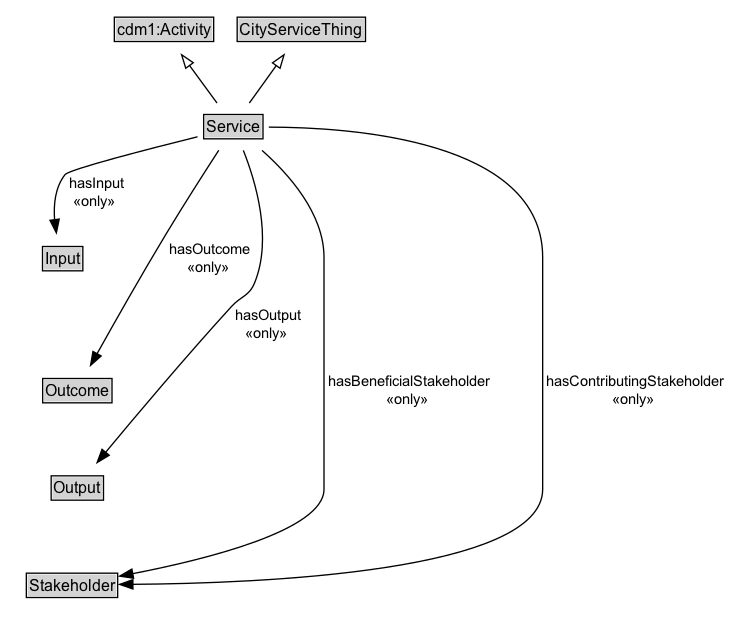
ISO-TC204/ontology-cdm-p2-v1 keeps this Graphviz diagram as docs/diagrams/Service.dot.png. Above is the earlier version. Its source is kept beside it as docs/diagrams/Service.dot.
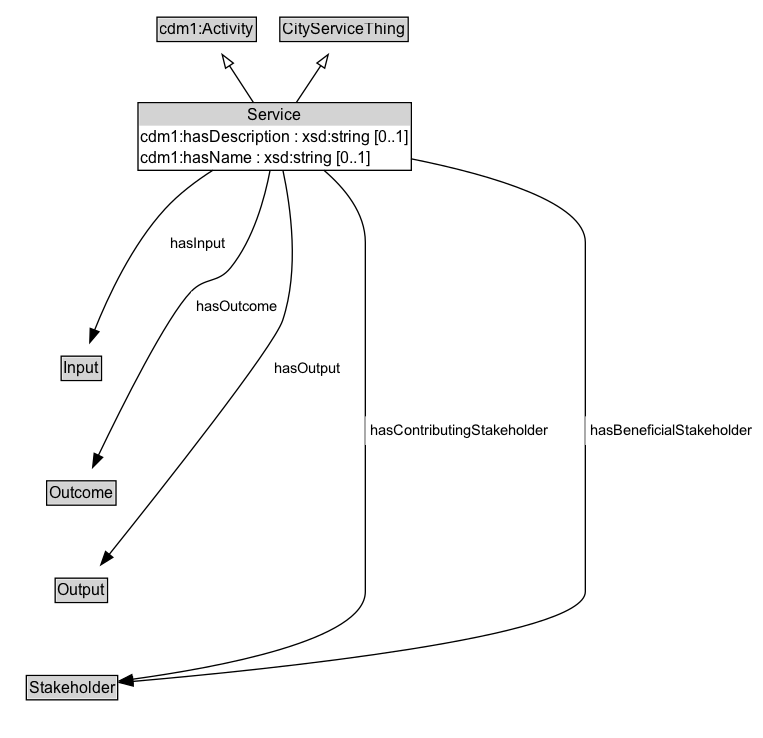
After the change.

The edit, as a diff of the source:
```diff
@@ -3,34 +3,36 @@
 	node [fontname=Arial fontsize=12 margin=0 shape=none]
 	edge [fontname=Arial fontsize=11]
 	{
+		rank=source
+		cdm1_Activity [label=<<TABLE BORDER="1" CELLBORDER="0" CELLSPACING="0" CELLPADDING="1"><TR><TD BGCOLOR="lightgray" ALIGN="CENTER">cdm1:Activity</TD></TR></TABLE>> URL="https://w3id.org/citydata/part1/v1/Activity" margin=0]
+		CityServiceThing [label=<<TABLE BORDER="1" CELLBORDER="0" CELLSPACING="0" CELLPADDING="1"><TR><TD BGCOLOR="lightgray" ALIGN="CENTER">CityServiceThing</TD></TR></TABLE>> URL="../CityServiceThing" margin=0]
+	}
+	Service [label=<<TABLE BORDER="1" CELLBORDER="0" CELLSPACING="0" CELLPADDING="1"><TR><TD BGCOLOR="lightgray" ALIGN="CENTER">Service</TD></TR><TR><TD ALIGN="LEFT">cdm1:hasDescription : xsd:string [0..1]</TD></TR><TR><TD ALIGN="LEFT">cdm1:hasName : xsd:string [0..1]</TD></TR></TABLE>> URL="../Service" margin=0]
+	{
 		rank=max
-		Service [label=<<TABLE BORDER="1" CELLBORDER="0" CELLSPACING="0" CELLPADDING="1"><TR><TD BGCOLOR="lightgray" ALIGN="CENTER" PORT="e">Service</TD></TR></TABLE>> URL="../Service.md" margin=0]
 	}
 	subgraph cluster_associated {
 		label="" style=invis
 		Invis [label=<<TABLE BORDER="0" CELLBORDER="0" CELLSPACING="0" CELLPADDING="1"><TR><TD></TD></TR></TABLE>> margin=0 style=invis]
-		Input [label=<<TABLE BORDER="1" CELLBORDER="0" CELLSPACING="0" CELLPADDING="1"><TR><TD BGCOLOR="lightgray" ALIGN="CENTER">Input</TD></TR></TABLE>> URL="../Input.md" margin=0]
-		Outcome [label=<<TABLE BORDER="1" CELLBORDER="0" CELLSPACING="0" CELLPADDING="1"><TR><TD BGCOLOR="lightgray" ALIGN="CENTER">Outcome</TD></TR></TABLE>> URL="../Outcome.md" margin=0]
-		Output [label=<<TABLE BORDER="1" CELLBORDER="0" CELLSPACING="0" CELLPADDING="1"><TR><TD BGCOLOR="lightgray" ALIGN="CENTER">Output</TD></TR></TABLE>> URL="../Output.md" margin=0]
-		Stakeholder [label=<<TABLE BORDER="1" CELLBORDER="0" CELLSPACING="0" CELLPADDING="1"><TR><TD BGCOLOR="lightgray" ALIGN="CENTER">Stakeholder</TD></TR></TABLE>> URL="../Stakeholder.md" margin=0]
+		Input [label=<<TABLE BORDER="1" CELLBORDER="0" CELLSPACING="0" CELLPADDING="1"><TR><TD BGCOLOR="lightgray" ALIGN="CENTER">Input</TD></TR></TABLE>> URL="../Input" margin=0]
+		Outcome [label=<<TABLE BORDER="1" CELLBORDER="0" CELLSPACING="0" CELLPADDING="1"><TR><TD BGCOLOR="lightgray" ALIGN="CENTER">Outcome</TD></TR></TABLE>> URL="../Outcome" margin=0]
+		Output [label=<<TABLE BORDER="1" CELLBORDER="0" CELLSPACING="0" CELLPADDING="1"><TR><TD BGCOLOR="lightgray" ALIGN="CENTER">Output</TD></TR></TABLE>> URL="../Output" margin=0]
+		Stakeholder [label=<<TABLE BORDER="1" CELLBORDER="0" CELLSPACING="0" CELLPADDING="1"><TR><TD BGCOLOR="lightgray" ALIGN="CENTER">Stakeholder</TD></TR></TABLE>> URL="../Stakeholder" margin=0]
 	}
-	cdm1_Activity [label=<<TABLE BORDER="1" CELLBORDER="0" CELLSPACING="0" CELLPADDING="1"><TR><TD BGCOLOR="lightgray" ALIGN="CENTER">cdm1:Activity</TD></TR></TABLE>> margin=0]
 	Service -> cdm1_Activity [arrowhead=onormal style=solid]
-	CityServiceThing [label=<<TABLE BORDER="1" CELLBORDER="0" CELLSPACING="0" CELLPADDING="1"><TR><TD BGCOLOR="lightgray" ALIGN="CENTER">CityServiceThing</TD></TR></TABLE>> URL="../CityServiceThing.md" margin=0]
 	Service -> CityServiceThing [arrowhead=onormal style=solid]
 	Service -> Invis [style=invis]
 	Invis -> Input [style=invis]
 	Input -> Outcome [style=invis]
 	Outcome -> Output [style=invis]
 	Output -> Stakeholder [style=invis]
-	Service -> Stakeholder [label=" hasBeneficialStakeholder
- «only»  " arrowhead=normal style=solid]
-	Service -> Stakeholder [label=" hasContributingStakeholder
- «only»  " arrowhead=normal style=solid]
-	Service -> Input [label=" hasInput
- «only»  " arrowhead=normal style=solid]
-	Service -> Outcome [label=" hasOutcome
- «only»  " arrowhead=normal style=solid]
-	Service -> Output [label=" hasOutput
- «only»  " arrowhead=normal style=solid]
+	Outcome [label=<<TABLE BORDER="1" CELLBORDER="0" CELLSPACING="0" CELLPADDING="1"><TR><TD BGCOLOR="lightgray" ALIGN="CENTER">Outcome</TD></TR></TABLE>> URL="../Outcome" margin=0]
+	Service -> Outcome [label=<<TABLE BORDER="0" CELLBORDER="0" CELLSPACING="0" CELLPADDING="4" BGCOLOR="white"><TR><TD ALIGN="CENTER">hasOutcome</TD></TR></TABLE>> arrowhead=normal style=solid]
+	Input [label=<<TABLE BORDER="1" CELLBORDER="0" CELLSPACING="0" CELLPADDING="1"><TR><TD BGCOLOR="lightgray" ALIGN="CENTER">Input</TD></TR></TABLE>> URL="../Input" margin=0]
+	Service -> Input [label=<<TABLE BORDER="0" CELLBORDER="0" CELLSPACING="0" CELLPADDING="4" BGCOLOR="white"><TR><TD ALIGN="CENTER">hasInput</TD></TR></TABLE>> arrowhead=normal style=solid]
+	Stakeholder [label=<<TABLE BORDER="1" CELLBORDER="0" CELLSPACING="0" CELLPADDING="1"><TR><TD BGCOLOR="lightgray" ALIGN="CENTER">Stakeholder</TD></TR></TABLE>> URL="../Stakeholder" margin=0]
+	Service -> Stakeholder [label=<<TABLE BORDER="0" CELLBORDER="0" CELLSPACING="0" CELLPADDING="4" BGCOLOR="white"><TR><TD ALIGN="CENTER">hasContributingStakeholder</TD></TR></TABLE>> arrowhead=normal style=solid]
+	Output [label=<<TABLE BORDER="1" CELLBORDER="0" CELLSPACING="0" CELLPADDING="1"><TR><TD BGCOLOR="lightgray" ALIGN="CENTER">Output</TD></TR></TABLE>> URL="../Output" margin=0]
+	Service -> Output [label=<<TABLE BORDER="0" CELLBORDER="0" CELLSPACING="0" CELLPADDING="4" BGCOLOR="white"><TR><TD ALIGN="CENTER">hasOutput</TD></TR></TABLE>> arrowhead=normal style=solid]
+	Service -> Stakeholder [label=<<TABLE BORDER="0" CELLBORDER="0" CELLSPACING="0" CELLPADDING="4" BGCOLOR="white"><TR><TD ALIGN="CENTER">hasBeneficialStakeholder</TD></TR></TABLE>> arrowhead=normal style=solid]
 }
```
